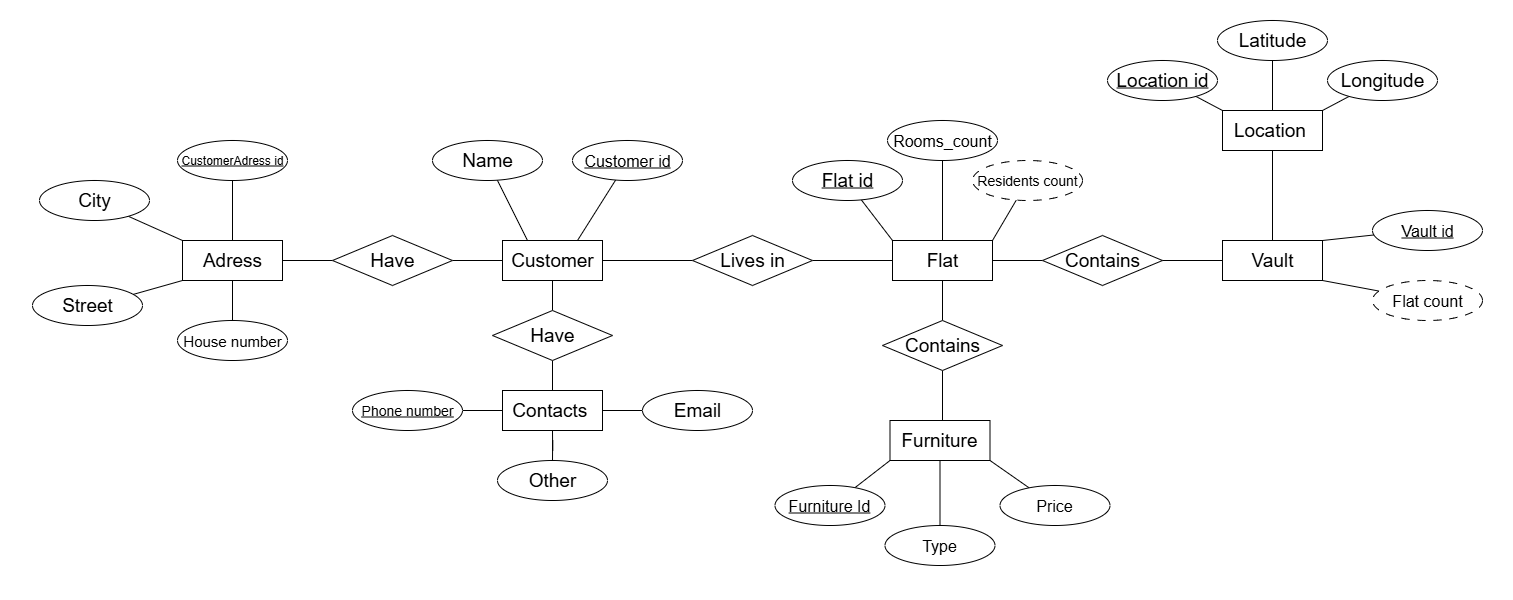
This is Vaultbooking diagram 2.png from iWANbpe/Vaultbooking, a draw.io export, as it was before one commit. Source tidied: cells renumbered, new cells last; positions are measured from the earlier drawing's top-left corner, leaving out a move shared by most shapes. Source of this version:
```xml
<mxGraphModel>
  <root>
    <mxCell id="0" />
    <mxCell id="1" parent="0" />
    <mxCell id="2" style="rounded=0;whiteSpace=wrap;html=1;strokeColor=none;" parent="1" vertex="1">
      <mxGeometry x="-0.5" width="1512.5" height="600" as="geometry" />
    </mxCell>
    <mxCell id="3" style="rounded=0;jettySize=auto;html=1;exitX=0.5;exitY=1;exitDx=0;exitDy=0;entryX=0.525;entryY=0.25;entryDx=0;entryDy=0;entryPerimeter=0;endArrow=none;endFill=0;" parent="1" edge="1" source="14" target="12">
      <mxGeometry relative="1" as="geometry" />
    </mxCell>
    <mxCell id="4" style="edgeStyle=orthogonalEdgeStyle;rounded=0;jettySize=auto;html=1;entryX=0;entryY=0.5;entryDx=0;entryDy=0;endArrow=none;endFill=0;" parent="1" edge="1" source="5" target="7">
      <mxGeometry relative="1" as="geometry" />
    </mxCell>
    <mxCell id="5" value="&lt;span style=&quot;text-wrap-mode: nowrap;&quot;&gt;&lt;font style=&quot;font-size: 19px;&quot;&gt;Customer&lt;/font&gt;&lt;/span&gt;" style="rounded=0;whiteSpace=wrap;html=1;" parent="1" vertex="1">
      <mxGeometry x="502" y="240" width="100" height="40" as="geometry" />
    </mxCell>
    <mxCell id="6" style="edgeStyle=orthogonalEdgeStyle;rounded=0;jettySize=auto;html=1;entryX=0;entryY=0.5;entryDx=0;entryDy=0;endArrow=none;endFill=0;" parent="1" edge="1" source="7" target="9">
      <mxGeometry relative="1" as="geometry" />
    </mxCell>
    <mxCell id="7" value="&lt;font style=&quot;font-size: 19px;&quot;&gt;Lives in&lt;/font&gt;" style="rhombus;whiteSpace=wrap;html=1;" parent="1" vertex="1">
      <mxGeometry x="692" y="235" width="120" height="50" as="geometry" />
    </mxCell>
    <mxCell id="8" style="edgeStyle=orthogonalEdgeStyle;rounded=0;jettySize=auto;html=1;entryX=0;entryY=0.5;entryDx=0;entryDy=0;endArrow=none;endFill=0;" parent="1" edge="1" source="9" target="37">
      <mxGeometry relative="1" as="geometry" />
    </mxCell>
    <mxCell id="9" value="&lt;span style=&quot;text-wrap-mode: nowrap;&quot;&gt;&lt;font style=&quot;font-size: 19px;&quot;&gt;Flat&lt;/font&gt;&lt;/span&gt;" style="rounded=0;whiteSpace=wrap;html=1;" parent="1" vertex="1">
      <mxGeometry x="892" y="240" width="100" height="40" as="geometry" />
    </mxCell>
    <mxCell id="10" style="edgeStyle=orthogonalEdgeStyle;rounded=0;jettySize=auto;html=1;entryX=1;entryY=0.5;entryDx=0;entryDy=0;endArrow=none;endFill=0;" parent="1" edge="1" source="11">
      <mxGeometry relative="1" as="geometry">
        <mxPoint x="1112" y="260" as="targetPoint" />
      </mxGeometry>
    </mxCell>
    <mxCell id="11" value="&lt;span style=&quot;text-wrap-mode: nowrap;&quot;&gt;&lt;font style=&quot;font-size: 19px;&quot;&gt;Vault&lt;/font&gt;&lt;/span&gt;" style="rounded=0;whiteSpace=wrap;html=1;" parent="1" vertex="1">
      <mxGeometry x="1222" y="240" width="100" height="40" as="geometry" />
    </mxCell>
    <mxCell id="12" value="&lt;span style=&quot;text-wrap-mode: nowrap;&quot;&gt;&lt;font style=&quot;font-size: 19px;&quot;&gt;Furniture&lt;/font&gt;&lt;/span&gt;" style="rounded=0;whiteSpace=wrap;html=1;" parent="1" vertex="1">
      <mxGeometry x="889.5" y="420" width="100" height="40" as="geometry" />
    </mxCell>
    <mxCell id="13" style="edgeStyle=orthogonalEdgeStyle;rounded=0;jettySize=auto;html=1;endArrow=none;endFill=0;" parent="1" edge="1" source="14" target="9">
      <mxGeometry relative="1" as="geometry" />
    </mxCell>
    <mxCell id="14" value="&lt;font style=&quot;font-size: 19px;&quot;&gt;Contains&lt;/font&gt;" style="rhombus;whiteSpace=wrap;html=1;" parent="1" vertex="1">
      <mxGeometry x="882" y="320" width="120" height="50" as="geometry" />
    </mxCell>
    <mxCell id="15" style="rounded=0;jettySize=auto;html=1;entryX=0.25;entryY=0;entryDx=0;entryDy=0;endArrow=none;endFill=0;" parent="1" edge="1" source="16" target="5">
      <mxGeometry relative="1" as="geometry" />
    </mxCell>
    <mxCell id="16" value="&lt;span style=&quot;text-align: left; text-wrap-mode: nowrap;&quot;&gt;&lt;font style=&quot;font-size: 19px;&quot;&gt;Name&lt;/font&gt;&lt;/span&gt;" style="ellipse;whiteSpace=wrap;html=1;" parent="1" vertex="1">
      <mxGeometry x="432" y="140" width="110" height="40" as="geometry" />
    </mxCell>
    <mxCell id="17" style="rounded=0;jettySize=auto;html=1;entryX=0.75;entryY=0;entryDx=0;entryDy=0;endArrow=none;endFill=0;" parent="1" edge="1" source="18" target="5">
      <mxGeometry relative="1" as="geometry" />
    </mxCell>
    <mxCell id="18" value="&lt;span style=&quot;text-align: left; text-wrap-mode: nowrap;&quot;&gt;&lt;font style=&quot;font-size: 16px;&quot;&gt;&lt;u&gt;Customer id&lt;/u&gt;&lt;/font&gt;&lt;/span&gt;" style="ellipse;whiteSpace=wrap;html=1;" parent="1" vertex="1">
      <mxGeometry x="572" y="140" width="110" height="40" as="geometry" />
    </mxCell>
    <mxCell id="19" style="rounded=0;jettySize=auto;html=1;entryX=0;entryY=0;entryDx=0;entryDy=0;endArrow=none;endFill=0;" parent="1" edge="1" source="20" target="9">
      <mxGeometry relative="1" as="geometry" />
    </mxCell>
    <mxCell id="20" value="&lt;span style=&quot;text-align: left; text-wrap-mode: nowrap;&quot;&gt;&lt;font style=&quot;font-size: 19px;&quot;&gt;&lt;u&gt;Flat id&lt;/u&gt;&lt;/font&gt;&lt;/span&gt;" style="ellipse;whiteSpace=wrap;html=1;" parent="1" vertex="1">
      <mxGeometry x="792" y="160" width="110" height="40" as="geometry" />
    </mxCell>
    <mxCell id="21" style="rounded=0;jettySize=auto;html=1;exitX=0.5;exitY=1;exitDx=0;exitDy=0;entryX=0.5;entryY=0;entryDx=0;entryDy=0;endArrow=none;endFill=0;" parent="1" edge="1" source="22" target="9">
      <mxGeometry relative="1" as="geometry" />
    </mxCell>
    <mxCell id="22" value="&lt;span style=&quot;text-align: left; text-wrap-mode: nowrap;&quot;&gt;&lt;font style=&quot;font-size: 16px;&quot;&gt;Rooms_count&lt;/font&gt;&lt;/span&gt;" style="ellipse;whiteSpace=wrap;html=1;" parent="1" vertex="1">
      <mxGeometry x="887" y="120" width="110" height="40" as="geometry" />
    </mxCell>
    <mxCell id="23" style="rounded=0;jettySize=auto;html=1;entryX=1;entryY=0;entryDx=0;entryDy=0;endArrow=none;endFill=0;" parent="1" edge="1" source="24" target="9">
      <mxGeometry relative="1" as="geometry" />
    </mxCell>
    <mxCell id="24" value="&lt;span style=&quot;text-align: left; text-wrap-mode: nowrap;&quot;&gt;&lt;font style=&quot;font-size: 14px;&quot;&gt;Residents count&lt;/font&gt;&lt;/span&gt;" style="ellipse;whiteSpace=wrap;html=1;dashed=1;dashPattern=8 8;" parent="1" vertex="1">
      <mxGeometry x="972" y="160" width="110" height="40" as="geometry" />
    </mxCell>
    <mxCell id="25" style="rounded=0;jettySize=auto;html=1;entryX=0;entryY=1;entryDx=0;entryDy=0;endArrow=none;endFill=0;" parent="1" edge="1" source="26" target="12">
      <mxGeometry relative="1" as="geometry" />
    </mxCell>
    <mxCell id="26" value="&lt;span style=&quot;text-align: left; text-wrap-mode: nowrap;&quot;&gt;&lt;u&gt;&lt;font style=&quot;font-size: 16px;&quot;&gt;Furniture Id&lt;/font&gt;&lt;/u&gt;&lt;/span&gt;" style="ellipse;whiteSpace=wrap;html=1;" parent="1" vertex="1">
      <mxGeometry x="774.5" y="485" width="110" height="40" as="geometry" />
    </mxCell>
    <mxCell id="27" style="rounded=0;jettySize=auto;html=1;entryX=0.5;entryY=1;entryDx=0;entryDy=0;endArrow=none;endFill=0;" parent="1" edge="1" source="28" target="12">
      <mxGeometry relative="1" as="geometry" />
    </mxCell>
    <mxCell id="28" value="&lt;span style=&quot;text-align: left; text-wrap-mode: nowrap;&quot;&gt;&lt;font style=&quot;font-size: 16px;&quot;&gt;Type&lt;/font&gt;&lt;/span&gt;" style="ellipse;whiteSpace=wrap;html=1;" parent="1" vertex="1">
      <mxGeometry x="884.5" y="525" width="110" height="40" as="geometry" />
    </mxCell>
    <mxCell id="29" style="rounded=0;jettySize=auto;html=1;entryX=1;entryY=1;entryDx=0;entryDy=0;endArrow=none;endFill=0;" parent="1" edge="1" source="30" target="12">
      <mxGeometry relative="1" as="geometry" />
    </mxCell>
    <mxCell id="30" value="&lt;span style=&quot;text-align: left; text-wrap-mode: nowrap;&quot;&gt;&lt;font style=&quot;font-size: 16px;&quot;&gt;Price&lt;/font&gt;&lt;/span&gt;" style="ellipse;whiteSpace=wrap;html=1;" parent="1" vertex="1">
      <mxGeometry x="999.5" y="485" width="110" height="40" as="geometry" />
    </mxCell>
    <mxCell id="31" style="rounded=0;jettySize=auto;html=1;entryX=1;entryY=0;entryDx=0;entryDy=0;endArrow=none;endFill=0;" parent="1" edge="1" source="32" target="11">
      <mxGeometry relative="1" as="geometry" />
    </mxCell>
    <mxCell id="32" value="&lt;span style=&quot;text-align: left; text-wrap-mode: nowrap;&quot;&gt;&lt;font style=&quot;font-size: 16px;&quot;&gt;&lt;u&gt;Vault id&lt;/u&gt;&lt;/font&gt;&lt;/span&gt;" style="ellipse;whiteSpace=wrap;html=1;" parent="1" vertex="1">
      <mxGeometry x="1372" y="210" width="110" height="40" as="geometry" />
    </mxCell>
    <mxCell id="33" style="rounded=0;jettySize=auto;html=1;entryX=1;entryY=1;entryDx=0;entryDy=0;endArrow=none;endFill=0;" parent="1" edge="1" source="34" target="11">
      <mxGeometry relative="1" as="geometry" />
    </mxCell>
    <mxCell id="34" value="&lt;span style=&quot;text-align: left; text-wrap-mode: nowrap;&quot;&gt;&lt;font style=&quot;font-size: 16px;&quot;&gt;Flat count&lt;/font&gt;&lt;/span&gt;" style="ellipse;whiteSpace=wrap;html=1;dashed=1;dashPattern=8 8;" parent="1" vertex="1">
      <mxGeometry x="1372" y="280" width="110" height="40" as="geometry" />
    </mxCell>
    <mxCell id="35" style="rounded=0;jettySize=auto;html=1;entryX=0.5;entryY=1;entryDx=0;entryDy=0;endArrow=none;endFill=0;" parent="1" edge="1" source="36" target="39">
      <mxGeometry relative="1" as="geometry" />
    </mxCell>
    <mxCell id="36" value="&lt;span style=&quot;text-wrap-mode: nowrap;&quot;&gt;&lt;font style=&quot;font-size: 19px;&quot;&gt;Contacts&amp;nbsp;&lt;/font&gt;&lt;/span&gt;" style="rounded=0;whiteSpace=wrap;html=1;" parent="1" vertex="1">
      <mxGeometry x="502" y="390" width="100" height="40" as="geometry" />
    </mxCell>
    <mxCell id="37" value="&lt;font style=&quot;font-size: 19px;&quot;&gt;Contains&lt;/font&gt;" style="rhombus;whiteSpace=wrap;html=1;" parent="1" vertex="1">
      <mxGeometry x="1042" y="235" width="120" height="50" as="geometry" />
    </mxCell>
    <mxCell id="38" style="rounded=0;jettySize=auto;html=1;endArrow=none;endFill=0;" parent="1" edge="1" source="39" target="5">
      <mxGeometry relative="1" as="geometry" />
    </mxCell>
    <mxCell id="39" value="&lt;font style=&quot;font-size: 19px;&quot;&gt;Have&lt;/font&gt;" style="rhombus;whiteSpace=wrap;html=1;" parent="1" vertex="1">
      <mxGeometry x="492" y="310" width="120" height="50" as="geometry" />
    </mxCell>
    <mxCell id="40" style="rounded=0;jettySize=auto;html=1;entryX=0;entryY=0.5;entryDx=0;entryDy=0;endArrow=none;endFill=0;" parent="1" edge="1" source="41" target="43">
      <mxGeometry relative="1" as="geometry" />
    </mxCell>
    <mxCell id="41" value="&lt;span style=&quot;text-wrap-mode: nowrap;&quot;&gt;&lt;font style=&quot;font-size: 19px;&quot;&gt;Adress&lt;/font&gt;&lt;/span&gt;" style="rounded=0;whiteSpace=wrap;html=1;" parent="1" vertex="1">
      <mxGeometry x="182" y="240" width="100" height="40" as="geometry" />
    </mxCell>
    <mxCell id="42" style="rounded=0;jettySize=auto;html=1;endArrow=none;endFill=0;" parent="1" edge="1" source="43" target="5">
      <mxGeometry relative="1" as="geometry" />
    </mxCell>
    <mxCell id="43" value="&lt;font style=&quot;font-size: 19px;&quot;&gt;Have&lt;/font&gt;" style="rhombus;whiteSpace=wrap;html=1;" parent="1" vertex="1">
      <mxGeometry x="332" y="235" width="120" height="50" as="geometry" />
    </mxCell>
    <mxCell id="44" style="rounded=0;jettySize=auto;html=1;entryX=0.5;entryY=0;entryDx=0;entryDy=0;endArrow=none;endFill=0;" parent="1" edge="1" source="45" target="41">
      <mxGeometry relative="1" as="geometry" />
    </mxCell>
    <mxCell id="45" value="&lt;span style=&quot;text-align: left; text-wrap-mode: nowrap;&quot;&gt;&lt;font&gt;&lt;u&gt;CustomerAdress id&lt;/u&gt;&lt;/font&gt;&lt;/span&gt;" style="ellipse;whiteSpace=wrap;html=1;" parent="1" vertex="1">
      <mxGeometry x="177" y="140" width="110" height="40" as="geometry" />
    </mxCell>
    <mxCell id="46" style="rounded=0;jettySize=auto;html=1;entryX=0;entryY=0;entryDx=0;entryDy=0;endArrow=none;endFill=0;" parent="1" edge="1" source="47" target="41">
      <mxGeometry relative="1" as="geometry" />
    </mxCell>
    <mxCell id="47" value="&lt;span style=&quot;text-align: left; text-wrap-mode: nowrap;&quot;&gt;&lt;font style=&quot;font-size: 19px;&quot;&gt;City&lt;/font&gt;&lt;/span&gt;" style="ellipse;whiteSpace=wrap;html=1;" parent="1" vertex="1">
      <mxGeometry x="39" y="180" width="110" height="40" as="geometry" />
    </mxCell>
    <mxCell id="48" style="rounded=0;jettySize=auto;html=1;entryX=0.5;entryY=1;entryDx=0;entryDy=0;endArrow=none;endFill=0;" parent="1" edge="1" source="49" target="41">
      <mxGeometry relative="1" as="geometry" />
    </mxCell>
    <mxCell id="49" value="&lt;span style=&quot;text-align: left; text-wrap-mode: nowrap;&quot;&gt;&lt;font style=&quot;font-size: 15px;&quot;&gt;House number&lt;/font&gt;&lt;/span&gt;" style="ellipse;whiteSpace=wrap;html=1;" parent="1" vertex="1">
      <mxGeometry x="177" y="320" width="110" height="40" as="geometry" />
    </mxCell>
    <mxCell id="50" style="rounded=0;jettySize=auto;html=1;entryX=0;entryY=1;entryDx=0;entryDy=0;endArrow=none;endFill=0;" parent="1" edge="1" source="51" target="41">
      <mxGeometry relative="1" as="geometry" />
    </mxCell>
    <mxCell id="51" value="&lt;span style=&quot;text-align: left; text-wrap-mode: nowrap;&quot;&gt;&lt;font style=&quot;font-size: 19px;&quot;&gt;Street&lt;/font&gt;&lt;/span&gt;" style="ellipse;whiteSpace=wrap;html=1;" parent="1" vertex="1">
      <mxGeometry x="32" y="285" width="110" height="40" as="geometry" />
    </mxCell>
    <mxCell id="52" style="edgeStyle=orthogonalEdgeStyle;rounded=0;jettySize=auto;html=1;entryX=0;entryY=0.5;entryDx=0;entryDy=0;endArrow=none;endFill=0;" parent="1" edge="1" source="53" target="36">
      <mxGeometry relative="1" as="geometry" />
    </mxCell>
    <mxCell id="53" value="&lt;span style=&quot;text-align: left; text-wrap-mode: nowrap;&quot;&gt;&lt;font style=&quot;font-size: 14px;&quot;&gt;&lt;u&gt;Phone number&lt;/u&gt;&lt;/font&gt;&lt;/span&gt;" style="ellipse;whiteSpace=wrap;html=1;" parent="1" vertex="1">
      <mxGeometry x="352" y="390" width="110" height="40" as="geometry" />
    </mxCell>
    <mxCell id="54" style="edgeStyle=orthogonalEdgeStyle;rounded=0;jettySize=auto;html=1;entryX=0.5;entryY=1;entryDx=0;entryDy=0;endArrow=none;endFill=0;" parent="1" edge="1" source="55" target="36">
      <mxGeometry relative="1" as="geometry" />
    </mxCell>
    <mxCell id="55" value="&lt;span style=&quot;text-align: left; text-wrap-mode: nowrap;&quot;&gt;&lt;font style=&quot;font-size: 19px;&quot;&gt;Other&lt;/font&gt;&lt;/span&gt;" style="ellipse;whiteSpace=wrap;html=1;" parent="1" vertex="1">
      <mxGeometry x="497" y="460" width="110" height="40" as="geometry" />
    </mxCell>
    <mxCell id="56" style="edgeStyle=orthogonalEdgeStyle;rounded=0;jettySize=auto;html=1;entryX=1;entryY=0.5;entryDx=0;entryDy=0;endArrow=none;endFill=0;" parent="1" edge="1" source="57" target="36">
      <mxGeometry relative="1" as="geometry" />
    </mxCell>
    <mxCell id="57" value="&lt;span style=&quot;text-align: left; text-wrap-mode: nowrap;&quot;&gt;&lt;font style=&quot;font-size: 19px;&quot;&gt;Email&lt;/font&gt;&lt;/span&gt;" style="ellipse;whiteSpace=wrap;html=1;" parent="1" vertex="1">
      <mxGeometry x="642" y="390" width="110" height="40" as="geometry" />
    </mxCell>
    <mxCell id="58" style="edgeStyle=orthogonalEdgeStyle;rounded=0;jettySize=auto;html=1;entryX=0.5;entryY=0;entryDx=0;entryDy=0;endArrow=none;endFill=0;" parent="1" edge="1" source="59" target="11">
      <mxGeometry relative="1" as="geometry" />
    </mxCell>
    <mxCell id="59" value="&lt;span style=&quot;text-wrap-mode: nowrap;&quot;&gt;&lt;font style=&quot;font-size: 19px;&quot;&gt;Location&amp;nbsp;&lt;/font&gt;&lt;/span&gt;" style="rounded=0;whiteSpace=wrap;html=1;" parent="1" vertex="1">
      <mxGeometry x="1222" y="110" width="100" height="40" as="geometry" />
    </mxCell>
    <mxCell id="60" style="rounded=0;jettySize=auto;html=1;entryX=0;entryY=0;entryDx=0;entryDy=0;endArrow=none;endFill=0;" parent="1" edge="1" source="61" target="59">
      <mxGeometry relative="1" as="geometry" />
    </mxCell>
    <mxCell id="61" value="&lt;span style=&quot;text-align: left; text-wrap-mode: nowrap;&quot;&gt;&lt;span&gt;&lt;font style=&quot;font-size: 19px;&quot;&gt;&lt;u&gt;Location id&lt;/u&gt;&lt;/font&gt;&lt;/span&gt;&lt;/span&gt;" style="ellipse;whiteSpace=wrap;html=1;fontStyle=0;" parent="1" vertex="1">
      <mxGeometry x="1107" y="60" width="110" height="40" as="geometry" />
    </mxCell>
    <mxCell id="62" style="rounded=0;jettySize=auto;html=1;entryX=0.5;entryY=0;entryDx=0;entryDy=0;endArrow=none;endFill=0;" parent="1" edge="1" source="63" target="59">
      <mxGeometry relative="1" as="geometry" />
    </mxCell>
    <mxCell id="63" value="&lt;span style=&quot;text-align: left; text-wrap-mode: nowrap;&quot;&gt;&lt;font style=&quot;font-size: 19px;&quot;&gt;Latitude&lt;/font&gt;&lt;/span&gt;" style="ellipse;whiteSpace=wrap;html=1;" parent="1" vertex="1">
      <mxGeometry x="1217" y="20" width="110" height="40" as="geometry" />
    </mxCell>
    <mxCell id="64" style="rounded=0;jettySize=auto;html=1;entryX=1;entryY=0;entryDx=0;entryDy=0;endArrow=none;endFill=0;" parent="1" edge="1" source="65" target="59">
      <mxGeometry relative="1" as="geometry" />
    </mxCell>
    <mxCell id="65" value="&lt;span style=&quot;text-align: left; text-wrap-mode: nowrap;&quot;&gt;&lt;font style=&quot;font-size: 19px;&quot;&gt;Longitude&lt;/font&gt;&lt;/span&gt;" style="ellipse;whiteSpace=wrap;html=1;" parent="1" vertex="1">
      <mxGeometry x="1327" y="60" width="110" height="40" as="geometry" />
    </mxCell>
  </root>
</mxGraphModel>
```
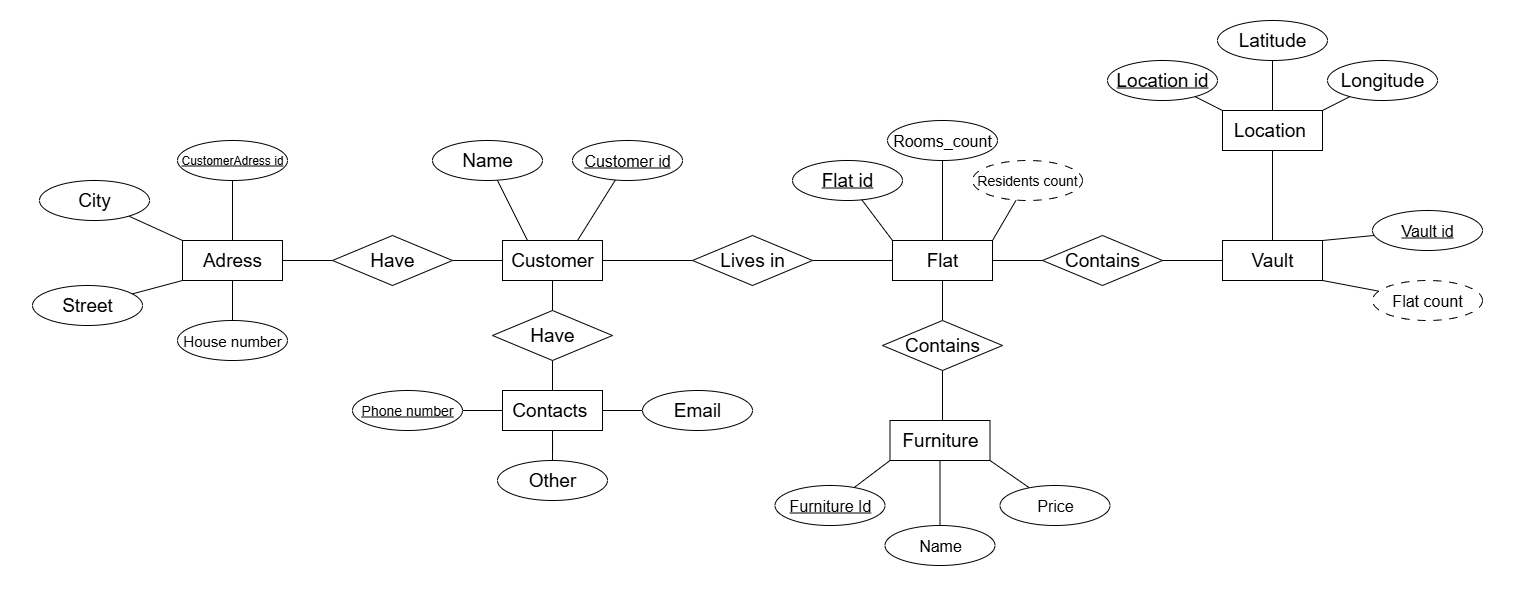
Later version of the same file.

Change to the diagram source:
```diff
@@ -82,7 +82,7 @@
     <mxCell id="27" style="rounded=0;jettySize=auto;html=1;entryX=0.5;entryY=1;entryDx=0;entryDy=0;endArrow=none;endFill=0;" parent="1" edge="1" source="28" target="12">
       <mxGeometry relative="1" as="geometry" />
     </mxCell>
-    <mxCell id="28" value="&lt;span style=&quot;text-align: left; text-wrap-mode: nowrap;&quot;&gt;&lt;font style=&quot;font-size: 16px;&quot;&gt;Type&lt;/font&gt;&lt;/span&gt;" style="ellipse;whiteSpace=wrap;html=1;" parent="1" vertex="1">
+    <mxCell id="28" value="&lt;div style=&quot;text-align: left;&quot;&gt;&lt;span style=&quot;background-color: transparent; color: light-dark(rgb(0, 0, 0), rgb(255, 255, 255)); font-size: 16px; text-wrap-mode: nowrap;&quot;&gt;Name&lt;/span&gt;&lt;/div&gt;" style="ellipse;whiteSpace=wrap;html=1;" parent="1" vertex="1">
       <mxGeometry x="884.5" y="525" width="110" height="40" as="geometry" />
     </mxCell>
     <mxCell id="29" style="rounded=0;jettySize=auto;html=1;entryX=1;entryY=1;entryDx=0;entryDy=0;endArrow=none;endFill=0;" parent="1" edge="1" source="30" target="12">
```
